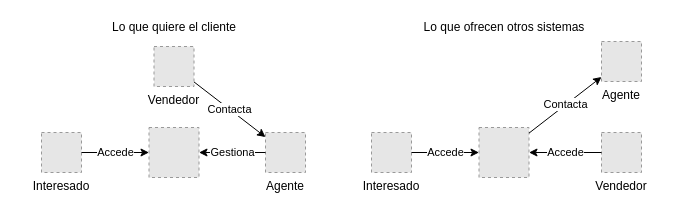
Earlier version of the draw.io diagram MATERIAL/Esquemas/DRAWIO/Defensa_Sistemas_Similares.drawio (golmenero/tfg_inmobiliaria). Source tidied: cells renumbered, new cells numbered last; positions are measured from the earlier drawing's top-left corner, leaving out a move shared by most shapes. Both pictures are drawn from the tidied source at 100%, with x=0, y=0 at pixel (41, 17). Pictures stored in the file or linked from it are replaced by grey dashed boxes.
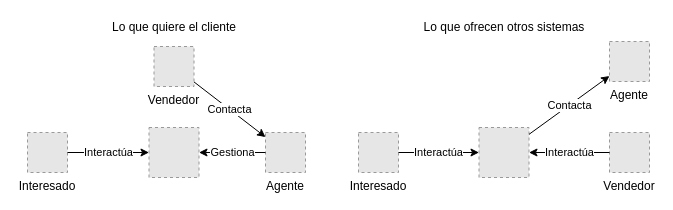
The same page after the edit.

Diff of the diagram source:
```diff
@@
 <mxGraphModel>
   <root>
     <mxCell id="0" />
     <mxCell id="1" parent="0" />
     <mxCell id="2" value="Lo que quiere el cliente" style="text;html=1;strokeColor=none;fillColor=none;align=center;verticalAlign=middle;whiteSpace=wrap;rounded=0;" parent="1" vertex="1">
       <mxGeometry x="48.8" width="167.5" height="20" as="geometry" />
     </mxCell>
     <mxCell id="3" value="Interesado" style="fillColor=#E6E6E6;strokeColor=#999999;dashed=1;verticalLabelPosition=bottom;labelBackgroundColor=#ffffff;verticalAlign=top;" parent="1" vertex="1">
-      <mxGeometry y="115" width="40" height="40" as="geometry" />
+      <mxGeometry x="-14" y="115" width="40" height="40" as="geometry" />
     </mxCell>
     <mxCell id="4" value="Vendedor" style="fillColor=#E6E6E6;strokeColor=#999999;dashed=1;verticalLabelPosition=bottom;labelBackgroundColor=#ffffff;verticalAlign=top;" parent="1" vertex="1">
       <mxGeometry x="112.5" y="29" width="40" height="40" as="geometry" />
     </mxCell>
     <mxCell id="5" value="Agente" style="fillColor=#E6E6E6;strokeColor=#999999;dashed=1;verticalLabelPosition=bottom;labelBackgroundColor=#ffffff;verticalAlign=top;" parent="1" vertex="1">
       <mxGeometry x="224" y="115" width="40" height="40" as="geometry" />
     </mxCell>
     <mxCell id="6" style="fillColor=#E6E6E6;strokeColor=#999999;dashed=1;verticalLabelPosition=bottom;labelBackgroundColor=#ffffff;verticalAlign=top;" parent="1" vertex="1">
       <mxGeometry x="107.5" y="110" width="50" height="50" as="geometry" />
     </mxCell>
     <mxCell id="7" value="Contacta" style="endArrow=classic;html=1;" parent="1" edge="1" source="4" target="5">
       <mxGeometry relative="1" as="geometry" />
     </mxCell>
     <mxCell id="8" value="Gestiona" style="endArrow=classic;html=1;" parent="1" edge="1" source="5" target="6">
       <mxGeometry relative="1" as="geometry" />
     </mxCell>
-    <mxCell id="9" value="Accede" style="endArrow=classic;html=1;" parent="1" edge="1" source="3" target="6">
+    <mxCell id="9" value="Interactúa" style="endArrow=classic;html=1;" parent="1" edge="1" source="3" target="6">
       <mxGeometry relative="1" as="geometry" />
     </mxCell>
     <mxCell id="10" value="Lo que ofrecen otros sistemas" style="text;html=1;strokeColor=none;fillColor=none;align=center;verticalAlign=middle;whiteSpace=wrap;rounded=0;" parent="1" vertex="1">
       <mxGeometry x="378.8" width="167.5" height="20" as="geometry" />
     </mxCell>
     <mxCell id="11" value="Interesado" style="fillColor=#E6E6E6;strokeColor=#999999;dashed=1;verticalLabelPosition=bottom;labelBackgroundColor=#ffffff;verticalAlign=top;" parent="1" vertex="1">
-      <mxGeometry x="330" y="115" width="40" height="40" as="geometry" />
+      <mxGeometry x="317" y="115" width="40" height="40" as="geometry" />
     </mxCell>
     <mxCell id="12" value="Vendedor" style="fillColor=#E6E6E6;strokeColor=#999999;dashed=1;verticalLabelPosition=bottom;labelBackgroundColor=#ffffff;verticalAlign=top;" parent="1" vertex="1">
-      <mxGeometry x="560" y="115" width="40" height="40" as="geometry" />
+      <mxGeometry x="568" y="115" width="40" height="40" as="geometry" />
     </mxCell>
     <mxCell id="13" value="Agente" style="fillColor=#E6E6E6;strokeColor=#999999;dashed=1;verticalLabelPosition=bottom;labelBackgroundColor=#ffffff;verticalAlign=top;" parent="1" vertex="1">
-      <mxGeometry x="560" y="24" width="40" height="40" as="geometry" />
+      <mxGeometry x="568" y="24" width="40" height="40" as="geometry" />
     </mxCell>
     <mxCell id="14" style="fillColor=#E6E6E6;strokeColor=#999999;dashed=1;verticalLabelPosition=bottom;labelBackgroundColor=#ffffff;verticalAlign=top;" parent="1" vertex="1">
       <mxGeometry x="437.5" y="110" width="50" height="50" as="geometry" />
     </mxCell>
     <mxCell id="15" value="Contacta" style="endArrow=classic;html=1;" parent="1" edge="1" source="14" target="13">
       <mxGeometry relative="1" as="geometry" />
     </mxCell>
-    <mxCell id="16" value="Accede" style="endArrow=classic;html=1;" parent="1" edge="1" source="12" target="14">
+    <mxCell id="16" value="Interactúa" style="endArrow=classic;html=1;" parent="1" edge="1" source="12" target="14">
       <mxGeometry relative="1" as="geometry" />
     </mxCell>
-    <mxCell id="17" value="Accede" style="endArrow=classic;html=1;" parent="1" edge="1" source="11" target="14">
+    <mxCell id="17" value="Interactúa" style="endArrow=classic;html=1;" parent="1" edge="1" source="11" target="14">
       <mxGeometry relative="1" as="geometry" />
     </mxCell>
   </root>
 </mxGraphModel>
```
